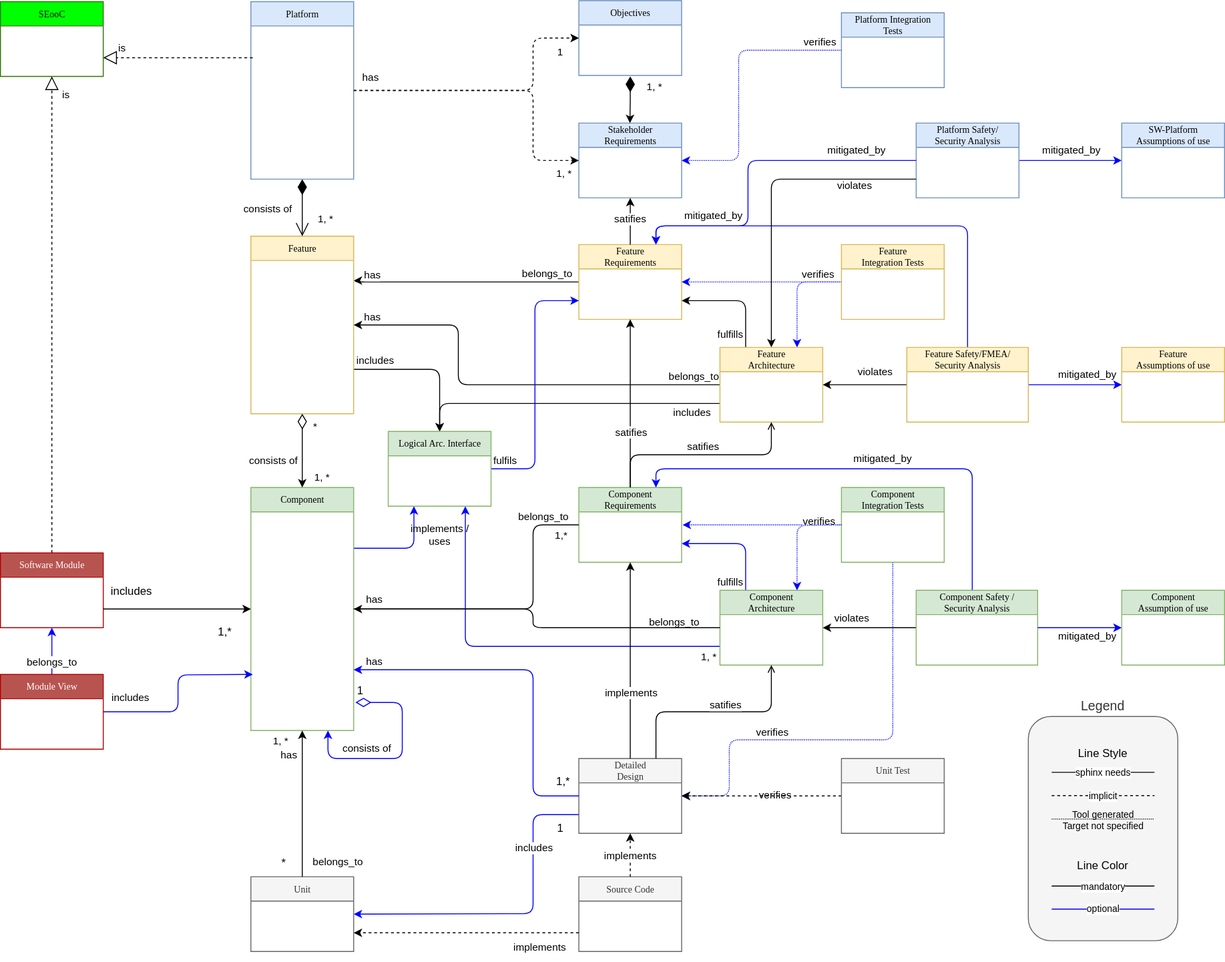
Before: pr-524/_images/score_building_blocks_meta_model.drawio.svg, a diagram exported from draw.io (eclipse-score/process_description). Source tidied: cells renumbered, new cells last; positions are measured from the earlier drawing's top-left corner, leaving out a move shared by most shapes.
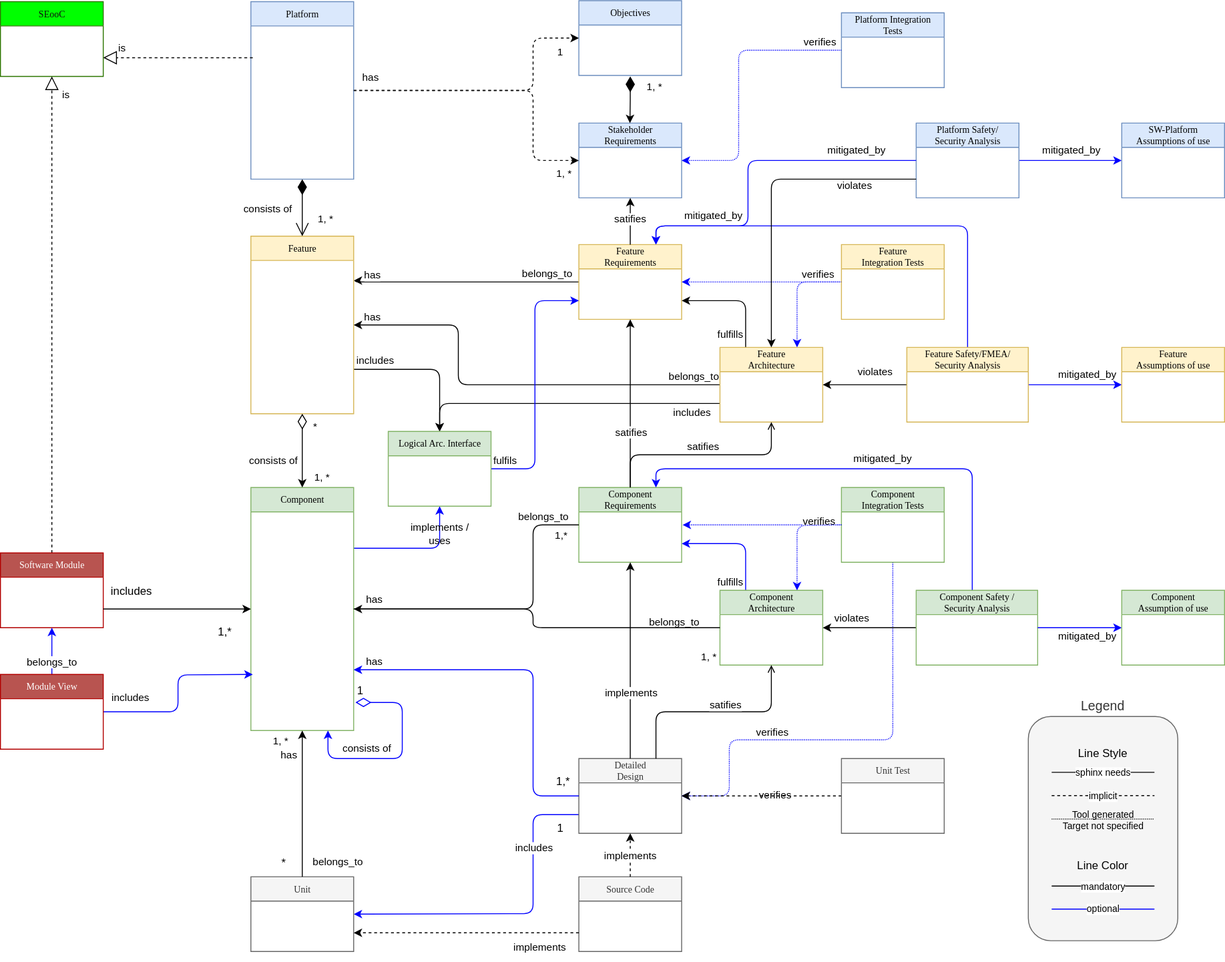
After the commit.

Diff of the diagram source:
```diff
@@ -28,11 +28,10 @@
     <mxCell id="6" value="Feature" style="swimlane;html=1;fontStyle=0;horizontal=1;startSize=26;fillColor=#fff2cc;swimlaneFillColor=#ffffff;rounded=0;shadow=0;comic=0;labelBackgroundColor=none;strokeWidth=1;fontFamily=Verdana;fontSize=10;align=center;strokeColor=#d6b656;" parent="1" vertex="1">
       <mxGeometry x="268" y="252" width="110" height="190" as="geometry" />
     </mxCell>
-    <mxCell id="7" value="implements /&amp;nbsp;&lt;br&gt;uses" style="edgeStyle=orthogonalEdgeStyle;html=1;exitX=1;exitY=0.25;exitDx=0;exitDy=0;entryX=0.25;entryY=1;entryDx=0;entryDy=0;labelBackgroundColor=none;strokeColor=#0000FF;" parent="1" edge="1" source="8" target="117">
-      <mxGeometry x="0.45" y="-27" relative="1" as="geometry">
+    <mxCell id="7" value="implements /&amp;nbsp;&lt;br&gt;uses" style="edgeStyle=orthogonalEdgeStyle;html=1;exitX=1;exitY=0.25;exitDx=0;exitDy=0;entryX=0.5;entryY=1;entryDx=0;entryDy=0;labelBackgroundColor=none;strokeColor=#0000FF;" parent="1" edge="1" source="8" target="117">
+      <mxGeometry x="0.56" relative="1" as="geometry">
         <Array as="points">
-          <mxPoint x="443" y="586" />
-          <mxPoint x="443" y="541" />
+          <mxPoint x="470" y="586" />
         </Array>
       </mxGeometry>
     </mxCell>
@@ -234,9 +233,6 @@
         <mxPoint x="-4" y="34" as="offset" />
       </mxGeometry>
     </mxCell>
-    <mxCell id="51" style="edgeStyle=orthogonalEdgeStyle;html=1;exitX=0;exitY=0.75;exitDx=0;exitDy=0;entryX=0.75;entryY=1;entryDx=0;entryDy=0;strokeColor=#0000FF;" parent="1" edge="1" source="52" target="117">
-      <mxGeometry relative="1" as="geometry" />
-    </mxCell>
     <mxCell id="52" value="Component&lt;br&gt;Architecture" style="swimlane;html=1;fontStyle=0;horizontal=1;startSize=26;fillColor=#d5e8d4;swimlaneFillColor=#ffffff;rounded=0;shadow=0;comic=0;labelBackgroundColor=none;strokeWidth=1;fontFamily=Verdana;fontSize=10;align=center;strokeColor=#82b366;" parent="1" vertex="1">
       <mxGeometry x="770" y="631" width="110" height="80" as="geometry" />
     </mxCell>
```
